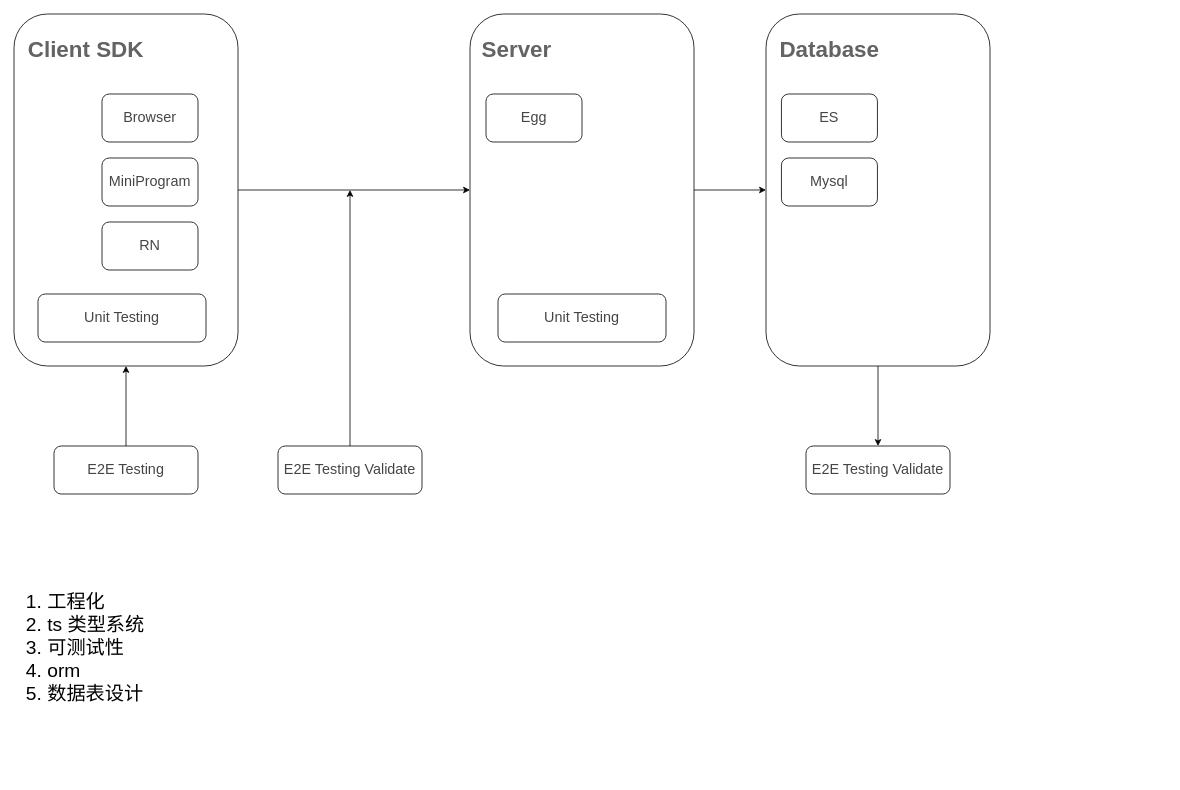
This is col.drawio from blankul/drawio, a draw.io file, before an edit. Source tidied: cells renumbered, new cells numbered last; positions are measured from the earlier drawing's top-left corner, leaving out a move shared by most shapes. Both pictures are drawn from the tidied source at 80%, with x=0, y=0 at pixel (14, 14).
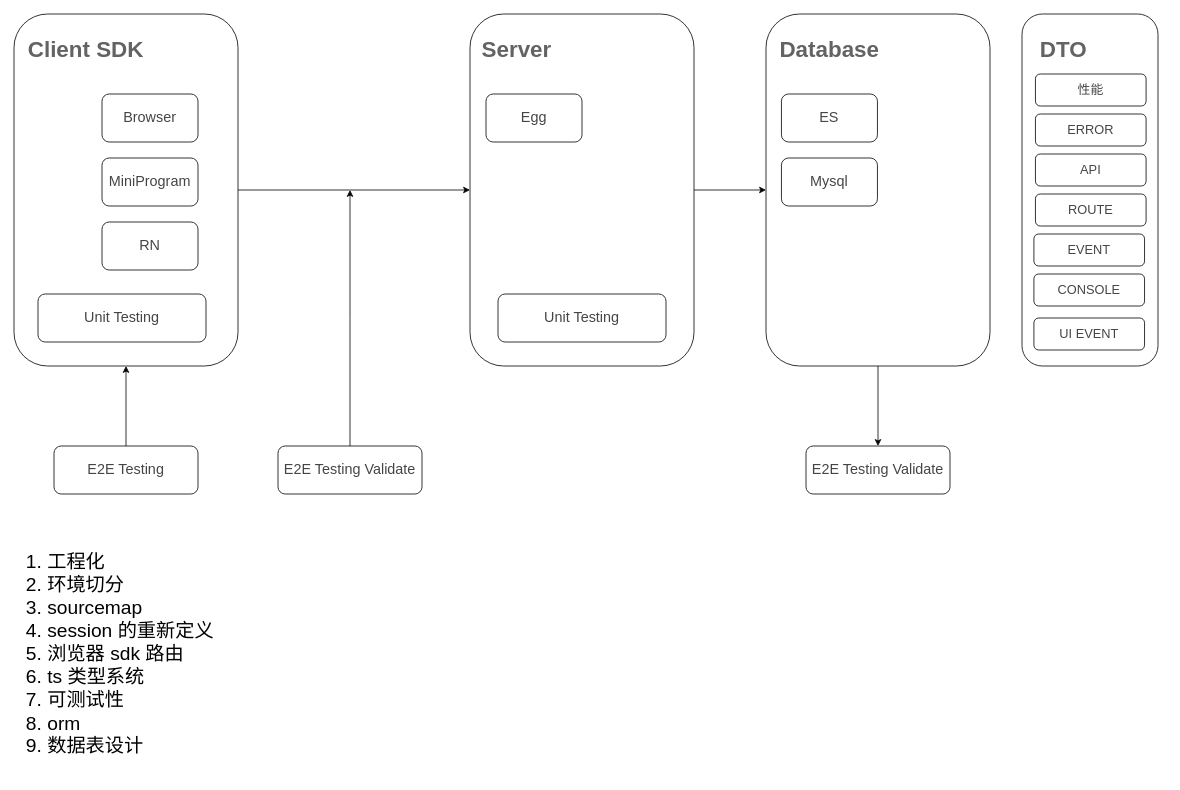
The same diagram, later.

Diff of the diagram source:
```diff
@@
-    <mxCell id="27" value="&lt;ol style=&quot;font-size: 24px&quot;&gt;&lt;li style=&quot;font-size: 24px&quot;&gt;工程化&lt;/li&gt;&lt;li style=&quot;font-size: 24px&quot;&gt;ts 类型系统&lt;/li&gt;&lt;li style=&quot;font-size: 24px&quot;&gt;可测试性&lt;/li&gt;&lt;li style=&quot;font-size: 24px&quot;&gt;orm&lt;/li&gt;&lt;li style=&quot;font-size: 24px&quot;&gt;数据表设计&lt;/li&gt;&lt;/ol&gt;" style="text;strokeColor=none;html=1;whiteSpace=wrap;verticalAlign=top;overflow=hidden;fontSize=24;horizontal=1;lineHeight=1.5;" parent="1" vertex="1">
-      <mxGeometry y="690" width="420" height="240" as="geometry" />
+    <mxCell id="27" value="&lt;ol style=&quot;font-size: 24px&quot;&gt;&lt;li style=&quot;font-size: 24px&quot;&gt;工程化&lt;/li&gt;&lt;li style=&quot;font-size: 24px&quot;&gt;环境切分&lt;/li&gt;&lt;li style=&quot;font-size: 24px&quot;&gt;sourcemap&lt;/li&gt;&lt;li style=&quot;font-size: 24px&quot;&gt;session 的重新定义&lt;/li&gt;&lt;li style=&quot;font-size: 24px&quot;&gt;浏览器 sdk 路由&lt;/li&gt;&lt;li style=&quot;font-size: 24px&quot;&gt;ts 类型系统&lt;/li&gt;&lt;li style=&quot;font-size: 24px&quot;&gt;可测试性&lt;/li&gt;&lt;li style=&quot;font-size: 24px&quot;&gt;orm&lt;/li&gt;&lt;li style=&quot;font-size: 24px&quot;&gt;数据表设计&lt;/li&gt;&lt;/ol&gt;" style="text;strokeColor=none;html=1;whiteSpace=wrap;verticalAlign=top;overflow=hidden;fontSize=24;horizontal=1;lineHeight=1.5;" parent="1" vertex="1">
+      <mxGeometry y="640" width="420" height="310" as="geometry" />
     </mxCell>
+    <mxCell id="28" style="group;" parent="1" vertex="1">
+      <mxGeometry x="1260" width="180" height="440" as="geometry" />
+    </mxCell>
+    <mxCell id="29" style="rounded=1;whiteSpace=wrap;html=1;" parent="28" vertex="1">
+      <mxGeometry width="170" height="440" as="geometry" />
+    </mxCell>
+    <mxCell id="30" value="&lt;b&gt;&lt;font style=&quot;font-size: 28px&quot; color=&quot;#636363&quot;&gt;DTO&lt;/font&gt;&lt;/b&gt;" style="text;html=1;strokeColor=none;fillColor=none;align=center;verticalAlign=middle;whiteSpace=wrap;rounded=0;" parent="28" vertex="1">
+      <mxGeometry x="10" y="29.3" width="83.6" height="29.3" as="geometry" />
+    </mxCell>
+    <mxCell id="31" value="&lt;span style=&quot;color: rgb(69 , 69 , 69) ; font-family: &amp;#34;helvetica&amp;#34; ; font-size: 16px&quot;&gt;性能&lt;/span&gt;" style="rounded=1;whiteSpace=wrap;html=1;" parent="28" vertex="1">
+      <mxGeometry x="16.8" y="75" width="138.3" height="40" as="geometry" />
+    </mxCell>
+    <mxCell id="32" value="&lt;span style=&quot;color: rgb(69 , 69 , 69) ; font-family: &amp;#34;helvetica&amp;#34; ; font-size: 16px&quot;&gt;ERROR&lt;/span&gt;" style="rounded=1;whiteSpace=wrap;html=1;" parent="28" vertex="1">
+      <mxGeometry x="16.8" y="125" width="138.3" height="40" as="geometry" />
+    </mxCell>
+    <mxCell id="33" value="&lt;span style=&quot;color: rgb(69 , 69 , 69) ; font-family: &amp;#34;helvetica&amp;#34; ; font-size: 16px&quot;&gt;API&lt;/span&gt;" style="rounded=1;whiteSpace=wrap;html=1;" parent="28" vertex="1">
+      <mxGeometry x="16.8" y="175" width="138.3" height="40" as="geometry" />
+    </mxCell>
+    <mxCell id="34" value="&lt;span style=&quot;color: rgb(69 , 69 , 69) ; font-family: &amp;#34;helvetica&amp;#34; ; font-size: 16px&quot;&gt;ROUTE&lt;/span&gt;" style="rounded=1;whiteSpace=wrap;html=1;" parent="28" vertex="1">
+      <mxGeometry x="16.8" y="225" width="138.3" height="40" as="geometry" />
+    </mxCell>
+    <mxCell id="35" value="&lt;span style=&quot;color: rgb(69 , 69 , 69) ; font-family: &amp;#34;helvetica&amp;#34; ; font-size: 16px&quot;&gt;EVENT&lt;/span&gt;" style="rounded=1;whiteSpace=wrap;html=1;" parent="28" vertex="1">
+      <mxGeometry x="14.9" y="275" width="138.3" height="40" as="geometry" />
+    </mxCell>
+    <mxCell id="36" value="&lt;span style=&quot;color: rgb(69 , 69 , 69) ; font-family: &amp;#34;helvetica&amp;#34; ; font-size: 16px&quot;&gt;CONSOLE&lt;/span&gt;" style="rounded=1;whiteSpace=wrap;html=1;" parent="28" vertex="1">
+      <mxGeometry x="14.9" y="325" width="138.3" height="40" as="geometry" />
+    </mxCell>
+    <mxCell id="37" value="&lt;span style=&quot;color: rgb(69 , 69 , 69) ; font-family: &amp;#34;helvetica&amp;#34; ; font-size: 16px&quot;&gt;UI EVENT&lt;/span&gt;" style="rounded=1;whiteSpace=wrap;html=1;" parent="28" vertex="1">
+      <mxGeometry x="14.9" y="380" width="138.3" height="40" as="geometry" />
+    </mxCell>
```
